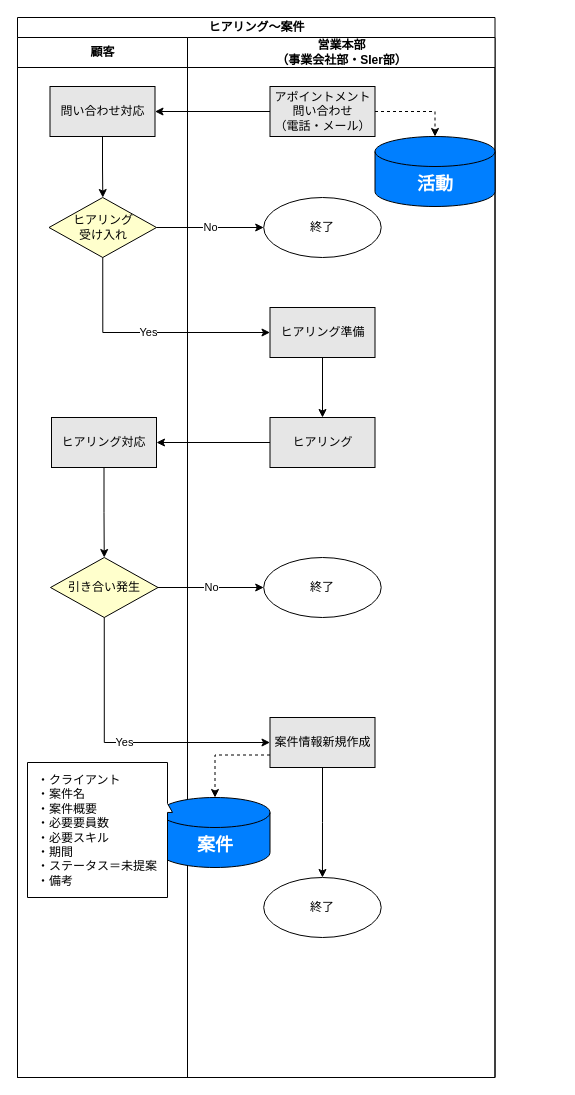
TaikiHorita/TaikiRepository keeps this draw.io diagram as page "ヒアリング～案件" (3 of 6) of 20230622To-Be業務フロー図.drawio. Above is the earlier version. Source tidied: cells renumbered, new cells numbered last; positions are measured from the earlier drawing's top-left corner, leaving out a move shared by most shapes. Both pictures are drawn from the tidied source at 100%, with x=0, y=0 at pixel (17, 17).
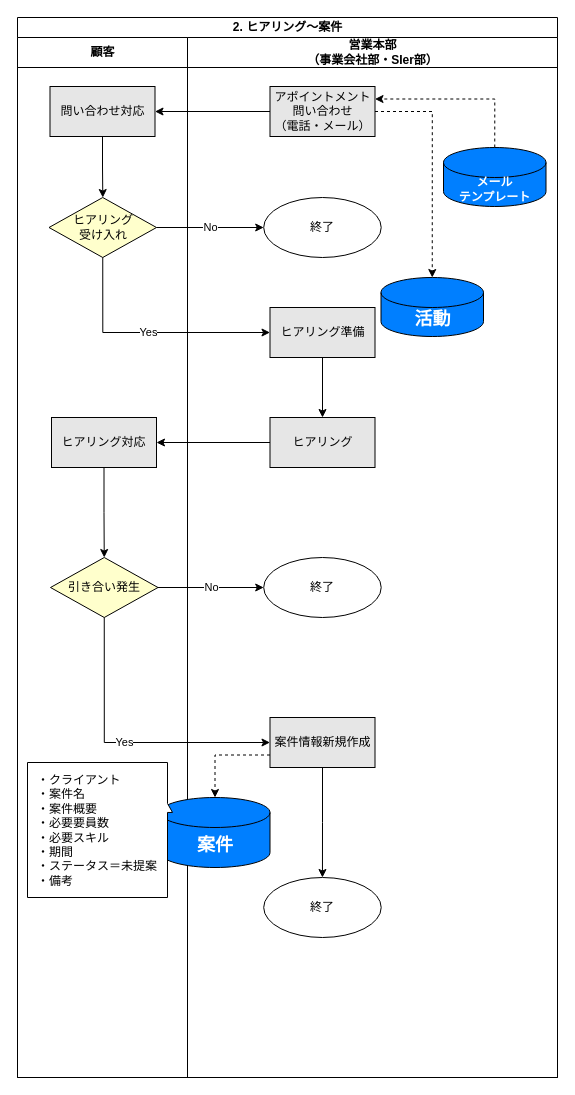
After the change.

Unchanged cells that the change refers to:
```xml
<mxCell id="19" value="アポイントメント&lt;br&gt;問い合わせ&lt;br&gt;（電話・メール）" style="rounded=0;whiteSpace=wrap;html=1;fillColor=#E6E6E6;" parent="10" vertex="1">
  <mxGeometry x="82.5" y="49" width="105" height="50" as="geometry" />
</mxCell>
```

Change to the diagram source:
```diff
@@
-    <mxCell id="2" value="ヒアリング～案件" style="swimlane;startSize=20;html=1;" parent="1" vertex="1">
-      <mxGeometry width="477.5" height="1060" as="geometry" />
+    <mxCell id="2" value="2. ヒアリング～案件" style="swimlane;startSize=20;html=1;" parent="1" vertex="1">
+      <mxGeometry width="540" height="1060" as="geometry" />
     </mxCell>
@@
     <mxCell id="10" value="営業本部&lt;br&gt;（事業会社部・SIer部）" style="swimlane;startSize=30;html=1;" parent="2" vertex="1">
-      <mxGeometry x="170" y="20" width="307.5" height="1040" as="geometry" />
+      <mxGeometry x="170" y="20" width="370" height="1040" as="geometry" />
     </mxCell>
@@
     <mxCell id="24" value="&lt;b&gt;&lt;font style=&quot;font-size: 18px;&quot; color=&quot;#ffffff&quot;&gt;活動&lt;/font&gt;&lt;/b&gt;" style="shape=cylinder3;whiteSpace=wrap;html=1;boundedLbl=1;backgroundOutline=1;size=15;fillColor=#007FFF;" parent="10" vertex="1">
-      <mxGeometry x="187.5" y="99" width="120" height="70" as="geometry" />
+      <mxGeometry x="193.5" y="240" width="102.5" height="59" as="geometry" />
     </mxCell>
+    <mxCell id="31" style="edgeStyle=orthogonalEdgeStyle;rounded=0;jettySize=auto;html=1;exitX=0.5;exitY=0;exitDx=0;exitDy=0;exitPerimeter=0;entryX=1;entryY=0.25;entryDx=0;entryDy=0;dashed=1;" parent="10" edge="1" source="32" target="19">
+      <mxGeometry relative="1" as="geometry" />
+    </mxCell>
+    <mxCell id="32" value="&lt;b&gt;&lt;font style=&quot;font-size: 12px;&quot; color=&quot;#ffffff&quot;&gt;メール&lt;br&gt;テンプレート&lt;/font&gt;&lt;/b&gt;" style="shape=cylinder3;whiteSpace=wrap;html=1;boundedLbl=1;backgroundOutline=1;size=15;fillColor=#007FFF;" parent="10" vertex="1">
+      <mxGeometry x="256" y="110" width="102.5" height="59" as="geometry" />
+    </mxCell>
```
